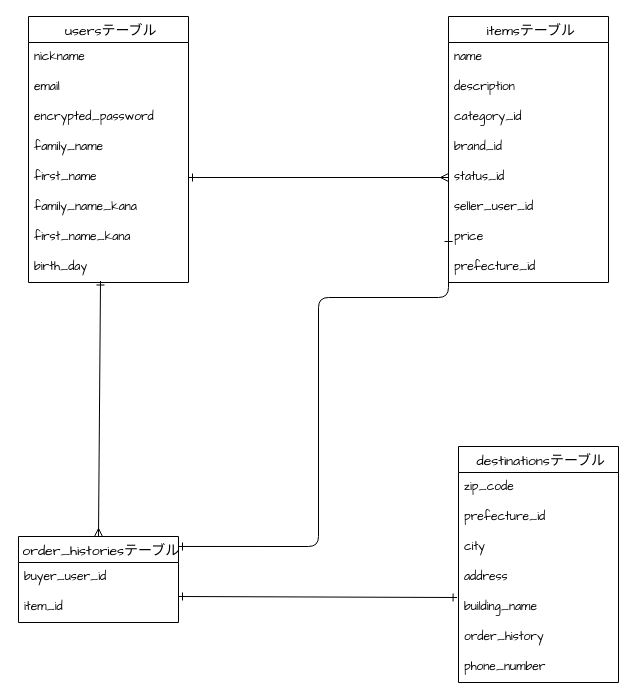
This is app/views/test.dio from Kaomaruko/furima-40267, a draw.io file, before an edit. Source tidied: cells renumbered, new cells numbered last; positions are measured from the earlier drawing's top-left corner, leaving out a move shared by most shapes. Both pictures are drawn from the tidied source at 100%, with x=0, y=0 at pixel (18, 16).
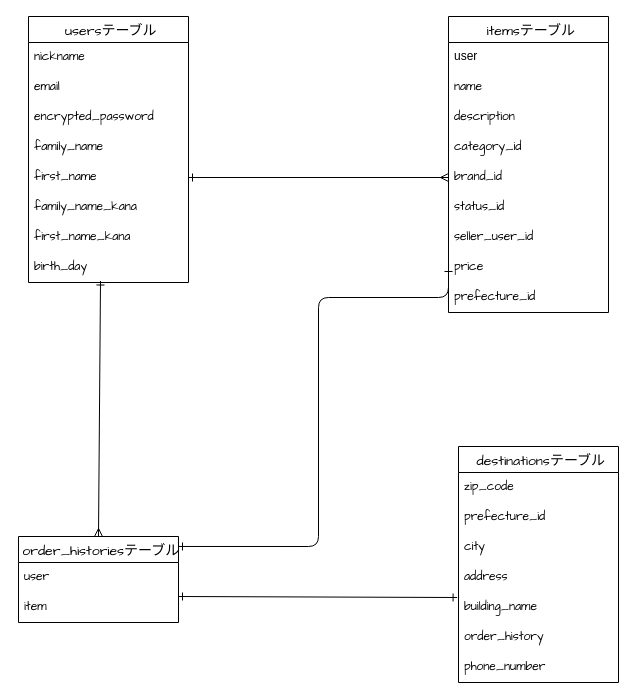
The same diagram, later.

Commit message (it also covers changes not shown here):
データベース設計4

Unchanged cells that the change refers to:
```xml
<mxCell id="7" value="first_name" style="text;strokeColor=none;fillColor=none;spacingLeft=4;spacingRight=4;overflow=hidden;points=[[0,0.5],[1,0.5]];portConstraint=eastwest;fontSize=12;hachureGap=4;fontFamily=Architects Daughter;" parent="2" vertex="1">
  <mxGeometry y="146" width="160" height="30" as="geometry" />
</mxCell>
<mxCell id="20" value=" order_historiesテーブル" style="swimlane;fontStyle=0;horizontal=1;startSize=26;align=center;fontSize=14;hachureGap=4;fontFamily=Architects Daughter;" parent="1" vertex="1">
  <mxGeometry y="520" width="160" height="86" as="geometry" />
</mxCell>
```

Change to the diagram source:
```diff
@@
     <mxCell id="11" value=" itemsテーブル" style="swimlane;fontStyle=0;horizontal=1;startSize=26;align=center;fontSize=14;hachureGap=4;fontFamily=Architects Daughter;" parent="1" vertex="1">
-      <mxGeometry x="430" width="160" height="266" as="geometry" />
+      <mxGeometry x="430" width="160" height="296" as="geometry" />
     </mxCell>
+    <mxCell id="35" value="user" style="text;strokeColor=none;fillColor=none;spacingLeft=4;spacingRight=4;overflow=hidden;fontSize=12;" parent="11" vertex="1">
+      <mxGeometry y="26" width="160" height="30" as="geometry" />
+    </mxCell>
     <mxCell id="12" value="name" style="text;strokeColor=none;fillColor=none;spacingLeft=4;spacingRight=4;overflow=hidden;fontSize=12;hachureGap=4;fontFamily=Architects Daughter;" parent="11" vertex="1">
-      <mxGeometry y="26" width="160" height="30" as="geometry" />
+      <mxGeometry y="56" width="160" height="30" as="geometry" />
     </mxCell>
     <mxCell id="13" value="description" style="text;strokeColor=none;fillColor=none;spacingLeft=4;spacingRight=4;overflow=hidden;fontSize=12;hachureGap=4;fontFamily=Architects Daughter;" parent="11" vertex="1">
-      <mxGeometry y="56" width="160" height="30" as="geometry" />
+      <mxGeometry y="86" width="160" height="30" as="geometry" />
     </mxCell>
     <mxCell id="14" value="category_id" style="text;strokeColor=none;fillColor=none;spacingLeft=4;spacingRight=4;overflow=hidden;fontSize=12;hachureGap=4;fontFamily=Architects Daughter;" parent="11" vertex="1">
-      <mxGeometry y="86" width="160" height="30" as="geometry" />
+      <mxGeometry y="116" width="160" height="30" as="geometry" />
     </mxCell>
     <mxCell id="15" value="brand_id" style="text;strokeColor=none;fillColor=none;spacingLeft=4;spacingRight=4;overflow=hidden;points=[[0,0.5],[1,0.5]];portConstraint=eastwest;fontSize=12;hachureGap=4;fontFamily=Architects Daughter;" parent="11" vertex="1">
-      <mxGeometry y="116" width="160" height="30" as="geometry" />
+      <mxGeometry y="146" width="160" height="30" as="geometry" />
     </mxCell>
     <mxCell id="16" value="status_id" style="text;strokeColor=none;fillColor=none;spacingLeft=4;spacingRight=4;overflow=hidden;points=[[0,0.5],[1,0.5]];portConstraint=eastwest;fontSize=12;hachureGap=4;fontFamily=Architects Daughter;" parent="11" vertex="1">
-      <mxGeometry y="146" width="160" height="30" as="geometry" />
+      <mxGeometry y="176" width="160" height="30" as="geometry" />
     </mxCell>
     <mxCell id="17" value="seller_user_id" style="text;strokeColor=none;fillColor=none;spacingLeft=4;spacingRight=4;overflow=hidden;fontSize=12;hachureGap=4;fontFamily=Architects Daughter;" parent="11" vertex="1">
-      <mxGeometry y="176" width="160" height="30" as="geometry" />
+      <mxGeometry y="206" width="160" height="30" as="geometry" />
     </mxCell>
     <mxCell id="18" value="price" style="text;strokeColor=none;fillColor=none;spacingLeft=4;spacingRight=4;overflow=hidden;points=[[0,0.5],[1,0.5]];portConstraint=eastwest;fontSize=12;hachureGap=4;fontFamily=Architects Daughter;" parent="11" vertex="1">
-      <mxGeometry y="206" width="160" height="30" as="geometry" />
+      <mxGeometry y="236" width="160" height="30" as="geometry" />
     </mxCell>
     <mxCell id="19" value="prefecture_id" style="text;strokeColor=none;fillColor=none;spacingLeft=4;spacingRight=4;overflow=hidden;fontSize=12;hachureGap=4;fontFamily=Architects Daughter;" parent="11" vertex="1">
-      <mxGeometry y="236" width="160" height="30" as="geometry" />
+      <mxGeometry y="266" width="160" height="30" as="geometry" />
     </mxCell>
@@
-    <mxCell id="21" value="buyer_user_id" style="text;strokeColor=none;fillColor=none;spacingLeft=4;spacingRight=4;overflow=hidden;fontSize=12;hachureGap=4;fontFamily=Architects Daughter;" parent="20" vertex="1">
+    <mxCell id="21" value="user" style="text;strokeColor=none;fillColor=none;spacingLeft=4;spacingRight=4;overflow=hidden;fontSize=12;hachureGap=4;fontFamily=Architects Daughter;" parent="20" vertex="1">
       <mxGeometry y="26" width="160" height="30" as="geometry" />
     </mxCell>
-    <mxCell id="22" value="item_id" style="text;strokeColor=none;fillColor=none;spacingLeft=4;spacingRight=4;overflow=hidden;fontSize=12;hachureGap=4;fontFamily=Architects Daughter;" parent="20" vertex="1">
+    <mxCell id="22" value="item" style="text;strokeColor=none;fillColor=none;spacingLeft=4;spacingRight=4;overflow=hidden;fontSize=12;hachureGap=4;fontFamily=Architects Daughter;" parent="20" vertex="1">
       <mxGeometry y="56" width="160" height="30" as="geometry" />
     </mxCell>
@@
-    <mxCell id="31" style="edgeStyle=none;hachureGap=4;html=1;exitX=1;exitY=0.5;exitDx=0;exitDy=0;fontFamily=Architects Daughter;fontSize=16;endArrow=ERmany;endFill=0;startArrow=ERone;startFill=0;" parent="1" edge="1" source="7" target="16">
+    <mxCell id="31" style="edgeStyle=none;hachureGap=4;html=1;exitX=1;exitY=0.5;exitDx=0;exitDy=0;fontFamily=Architects Daughter;fontSize=16;endArrow=ERmany;endFill=0;startArrow=ERone;startFill=0;" parent="1" edge="1" source="7" target="15">
       <mxGeometry relative="1" as="geometry" />
     </mxCell>
```
